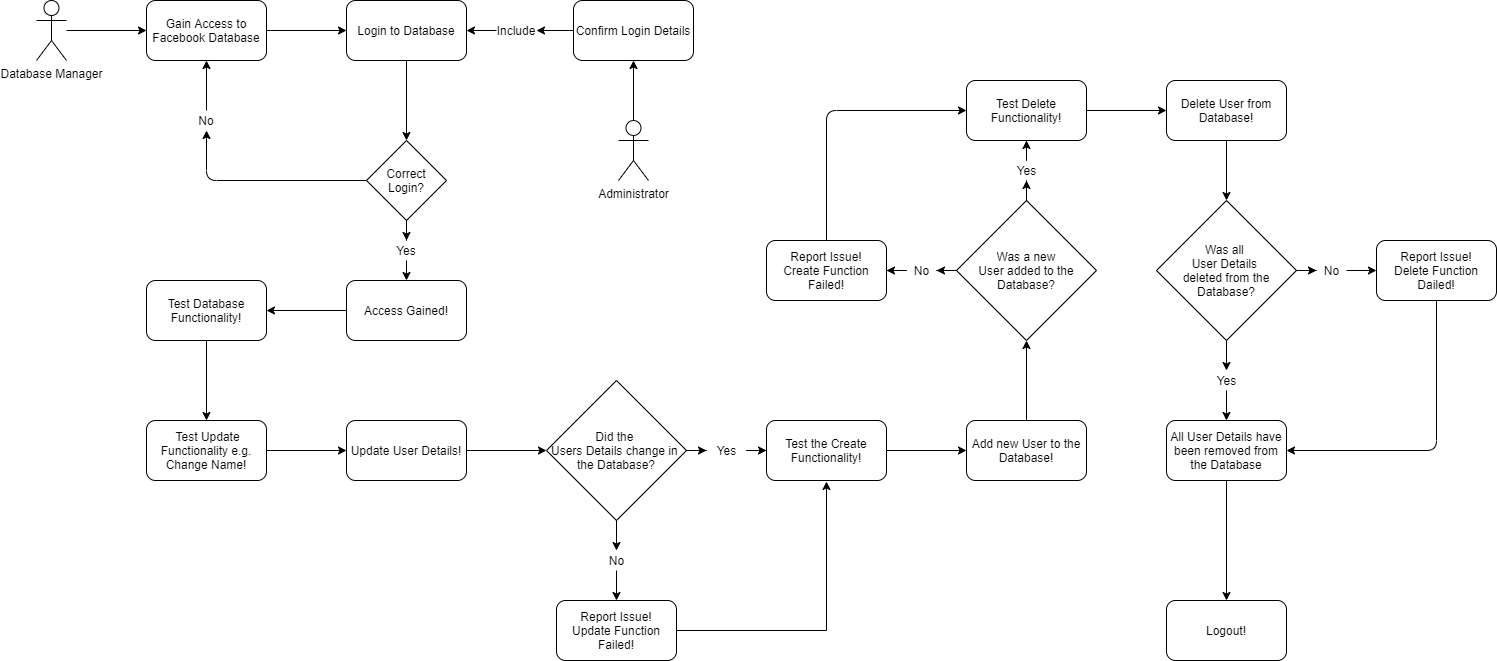
This is UML Diagrams/Database Manager - Use Case Diagram.png from caleb-long19/Facebook_Database_Manager, a draw.io export, as it was before one commit. Source tidied: cells renumbered, new cells last; positions are measured from the earlier drawing's top-left corner, leaving out a move shared by most shapes. Its diagram source:
```xml
<mxGraphModel>
  <root>
    <mxCell id="0" />
    <mxCell id="1" parent="0" />
    <mxCell id="2" style="edgeStyle=orthogonalEdgeStyle;rounded=0;jettySize=auto;html=1;" parent="1" edge="1" source="3">
      <mxGeometry relative="1" as="geometry">
        <mxPoint x="110" y="30" as="targetPoint" />
      </mxGeometry>
    </mxCell>
    <mxCell id="3" value="Database Manager" style="shape=umlActor;verticalLabelPosition=bottom;labelBackgroundColor=#ffffff;verticalAlign=top;html=1;outlineConnect=0;" parent="1" vertex="1">
      <mxGeometry width="30" height="60" as="geometry" />
    </mxCell>
    <mxCell id="4" style="edgeStyle=orthogonalEdgeStyle;rounded=0;jettySize=auto;html=1;" parent="1" edge="1" source="5" target="7">
      <mxGeometry relative="1" as="geometry" />
    </mxCell>
    <mxCell id="5" value="Gain Access to Facebook Database" style="rounded=1;whiteSpace=wrap;html=1;" parent="1" vertex="1">
      <mxGeometry x="110" width="120" height="60" as="geometry" />
    </mxCell>
    <mxCell id="6" style="edgeStyle=orthogonalEdgeStyle;rounded=0;jettySize=auto;html=1;" parent="1" edge="1" source="7">
      <mxGeometry relative="1" as="geometry">
        <mxPoint x="370" y="140" as="targetPoint" />
      </mxGeometry>
    </mxCell>
    <mxCell id="7" value="Login to Database" style="rounded=1;whiteSpace=wrap;html=1;" parent="1" vertex="1">
      <mxGeometry x="310" width="120" height="60" as="geometry" />
    </mxCell>
    <mxCell id="8" style="edgeStyle=orthogonalEdgeStyle;rounded=0;jettySize=auto;html=1;entryX=0.5;entryY=0;entryDx=0;entryDy=0;" parent="1" edge="1" target="20">
      <mxGeometry relative="1" as="geometry">
        <mxPoint x="370" y="260" as="sourcePoint" />
      </mxGeometry>
    </mxCell>
    <mxCell id="9" value="Correct Login?" style="rhombus;whiteSpace=wrap;html=1;" parent="1" vertex="1">
      <mxGeometry x="330" y="140" width="80" height="80" as="geometry" />
    </mxCell>
    <mxCell id="10" style="endArrow=classic;html=1;entryX=0.5;entryY=1;entryDx=0;entryDy=0;exitX=0.5;exitY=0;exitDx=0;exitDy=0;" parent="1" edge="1" source="11" target="5">
      <mxGeometry relative="1" as="geometry" />
    </mxCell>
    <mxCell id="11" value="No" style="text;html=1;strokeColor=none;fillColor=none;align=center;verticalAlign=middle;whiteSpace=wrap;rounded=0;" parent="1" vertex="1">
      <mxGeometry x="150" y="110" width="40" height="20" as="geometry" />
    </mxCell>
    <mxCell id="12" style="endArrow=classic;html=1;entryX=0.5;entryY=1;entryDx=0;entryDy=0;exitX=0;exitY=0.5;exitDx=0;exitDy=0;" parent="1" edge="1" source="9" target="11">
      <mxGeometry relative="1" as="geometry">
        <Array as="points">
          <mxPoint x="170" y="180" />
        </Array>
      </mxGeometry>
    </mxCell>
    <mxCell id="13" value="Confirm Login Details" style="rounded=1;whiteSpace=wrap;html=1;" parent="1" vertex="1">
      <mxGeometry x="537" width="120" height="60" as="geometry" />
    </mxCell>
    <mxCell id="14" style="endArrow=classic;html=1;entryX=0.5;entryY=1;entryDx=0;entryDy=0;" parent="1" edge="1" source="15" target="13">
      <mxGeometry relative="1" as="geometry" />
    </mxCell>
    <mxCell id="15" value="Administrator" style="shape=umlActor;verticalLabelPosition=bottom;labelBackgroundColor=#ffffff;verticalAlign=top;html=1;outlineConnect=0;" parent="1" vertex="1">
      <mxGeometry x="582" y="120" width="30" height="60" as="geometry" />
    </mxCell>
    <mxCell id="16" style="endArrow=classic;html=1;entryX=1;entryY=0.5;entryDx=0;entryDy=0;exitX=0;exitY=0.5;exitDx=0;exitDy=0;" parent="1" edge="1" source="17">
      <mxGeometry relative="1" as="geometry">
        <mxPoint x="430" y="30" as="targetPoint" />
      </mxGeometry>
    </mxCell>
    <mxCell id="17" value="Include" style="text;html=1;strokeColor=none;fillColor=none;align=center;verticalAlign=middle;whiteSpace=wrap;rounded=0;" parent="1" vertex="1">
      <mxGeometry x="460" y="20" width="40" height="20" as="geometry" />
    </mxCell>
    <mxCell id="18" style="endArrow=classic;html=1;entryX=1;entryY=0.5;entryDx=0;entryDy=0;exitX=0;exitY=0.5;exitDx=0;exitDy=0;" parent="1" edge="1" source="13" target="17">
      <mxGeometry relative="1" as="geometry" />
    </mxCell>
    <mxCell id="19" style="edgeStyle=orthogonalEdgeStyle;rounded=0;jettySize=auto;html=1;" parent="1" edge="1" source="20" target="22">
      <mxGeometry relative="1" as="geometry" />
    </mxCell>
    <mxCell id="20" value="Access Gained!" style="rounded=1;whiteSpace=wrap;html=1;" parent="1" vertex="1">
      <mxGeometry x="310" y="280" width="120" height="60" as="geometry" />
    </mxCell>
    <mxCell id="21" style="edgeStyle=orthogonalEdgeStyle;rounded=0;jettySize=auto;html=1;" parent="1" edge="1" source="22" target="24">
      <mxGeometry relative="1" as="geometry" />
    </mxCell>
    <mxCell id="22" value="Test Database Functionality!" style="rounded=1;whiteSpace=wrap;html=1;" parent="1" vertex="1">
      <mxGeometry x="110" y="280" width="120" height="60" as="geometry" />
    </mxCell>
    <mxCell id="23" style="edgeStyle=orthogonalEdgeStyle;rounded=0;jettySize=auto;html=1;" parent="1" edge="1" source="24" target="26">
      <mxGeometry relative="1" as="geometry" />
    </mxCell>
    <mxCell id="24" value="&amp;nbsp;Test Update Functionality e.g. Change Name!" style="rounded=1;whiteSpace=wrap;html=1;" parent="1" vertex="1">
      <mxGeometry x="110" y="420" width="120" height="60" as="geometry" />
    </mxCell>
    <mxCell id="25" style="edgeStyle=orthogonalEdgeStyle;rounded=0;jettySize=auto;html=1;" parent="1" edge="1" source="26">
      <mxGeometry relative="1" as="geometry">
        <mxPoint x="510" y="450" as="targetPoint" />
      </mxGeometry>
    </mxCell>
    <mxCell id="26" value="Update User Details!" style="rounded=1;whiteSpace=wrap;html=1;" parent="1" vertex="1">
      <mxGeometry x="310" y="420" width="120" height="60" as="geometry" />
    </mxCell>
    <mxCell id="27" value="Yes" style="text;html=1;strokeColor=none;fillColor=none;align=center;verticalAlign=middle;whiteSpace=wrap;rounded=0;" parent="1" vertex="1">
      <mxGeometry x="350" y="240" width="40" height="20" as="geometry" />
    </mxCell>
    <mxCell id="28" style="edgeStyle=orthogonalEdgeStyle;rounded=0;jettySize=auto;html=1;" parent="1" edge="1" source="9" target="27">
      <mxGeometry relative="1" as="geometry" />
    </mxCell>
    <mxCell id="29" style="edgeStyle=orthogonalEdgeStyle;rounded=0;jettySize=auto;html=1;" parent="1" edge="1" source="38">
      <mxGeometry relative="1" as="geometry">
        <mxPoint x="580" y="600" as="targetPoint" />
      </mxGeometry>
    </mxCell>
    <mxCell id="30" style="edgeStyle=orthogonalEdgeStyle;rounded=0;jettySize=auto;html=1;" parent="1" edge="1" source="40">
      <mxGeometry relative="1" as="geometry">
        <mxPoint x="730" y="450" as="targetPoint" />
      </mxGeometry>
    </mxCell>
    <mxCell id="31" value="Did the &lt;br&gt;Users Details change in &lt;br&gt;the Database?" style="rhombus;whiteSpace=wrap;html=1;" parent="1" vertex="1">
      <mxGeometry x="510" y="380" width="140" height="140" as="geometry" />
    </mxCell>
    <mxCell id="32" style="edgeStyle=orthogonalEdgeStyle;rounded=0;jettySize=auto;html=1;" parent="1" edge="1" source="33">
      <mxGeometry relative="1" as="geometry">
        <mxPoint x="790" y="481" as="targetPoint" />
      </mxGeometry>
    </mxCell>
    <mxCell id="33" value="Report Issue!&lt;br&gt;Update Function Failed!" style="rounded=1;whiteSpace=wrap;html=1;" parent="1" vertex="1">
      <mxGeometry x="520" y="600" width="120" height="60" as="geometry" />
    </mxCell>
    <mxCell id="34" style="edgeStyle=orthogonalEdgeStyle;rounded=0;jettySize=auto;html=1;" parent="1" edge="1" source="35" target="37">
      <mxGeometry relative="1" as="geometry" />
    </mxCell>
    <mxCell id="35" value="Test the Create Functionality!" style="rounded=1;whiteSpace=wrap;html=1;" parent="1" vertex="1">
      <mxGeometry x="730" y="420" width="120" height="60" as="geometry" />
    </mxCell>
    <mxCell id="36" style="edgeStyle=orthogonalEdgeStyle;rounded=0;jettySize=auto;html=1;" parent="1" edge="1" source="37">
      <mxGeometry relative="1" as="geometry">
        <mxPoint x="990" y="340" as="targetPoint" />
      </mxGeometry>
    </mxCell>
    <mxCell id="37" value="Add new User to the Database!" style="rounded=1;whiteSpace=wrap;html=1;" parent="1" vertex="1">
      <mxGeometry x="930" y="420" width="120" height="60" as="geometry" />
    </mxCell>
    <mxCell id="38" value="No" style="text;html=1;align=center;verticalAlign=middle;points=[];" parent="1" vertex="1">
      <mxGeometry x="565" y="550" width="30" height="20" as="geometry" />
    </mxCell>
    <mxCell id="39" style="edgeStyle=orthogonalEdgeStyle;rounded=0;jettySize=auto;html=1;" parent="1" edge="1" source="31" target="38">
      <mxGeometry relative="1" as="geometry" />
    </mxCell>
    <mxCell id="40" value="Yes" style="text;html=1;align=center;verticalAlign=middle;points=[];" parent="1" vertex="1">
      <mxGeometry x="670" y="440" width="40" height="20" as="geometry" />
    </mxCell>
    <mxCell id="41" style="edgeStyle=orthogonalEdgeStyle;rounded=0;jettySize=auto;html=1;" parent="1" edge="1" source="31" target="40">
      <mxGeometry relative="1" as="geometry" />
    </mxCell>
    <mxCell id="42" style="edgeStyle=orthogonalEdgeStyle;rounded=0;jettySize=auto;html=1;entryX=1;entryY=0.5;entryDx=0;entryDy=0;" parent="1" edge="1" source="46">
      <mxGeometry relative="1" as="geometry">
        <mxPoint x="850" y="270" as="targetPoint" />
      </mxGeometry>
    </mxCell>
    <mxCell id="43" style="edgeStyle=orthogonalEdgeStyle;rounded=0;jettySize=auto;html=1;" parent="1" edge="1" source="52">
      <mxGeometry relative="1" as="geometry">
        <mxPoint x="990" y="140" as="targetPoint" />
      </mxGeometry>
    </mxCell>
    <mxCell id="44" value="Was a new&lt;br&gt;User added to the&lt;br&gt;Database?" style="rhombus;whiteSpace=wrap;html=1;" parent="1" vertex="1">
      <mxGeometry x="920" y="200" width="140" height="140" as="geometry" />
    </mxCell>
    <mxCell id="45" value="Report Issue!&lt;br&gt;Create Function Failed!" style="rounded=1;whiteSpace=wrap;html=1;" parent="1" vertex="1">
      <mxGeometry x="730" y="240" width="120" height="60" as="geometry" />
    </mxCell>
    <mxCell id="46" value="No" style="text;html=1;align=center;verticalAlign=middle;points=[];" parent="1" vertex="1">
      <mxGeometry x="870" y="260" width="30" height="20" as="geometry" />
    </mxCell>
    <mxCell id="47" style="edgeStyle=orthogonalEdgeStyle;rounded=0;jettySize=auto;html=1;entryX=1;entryY=0.5;entryDx=0;entryDy=0;" parent="1" edge="1" source="44" target="46">
      <mxGeometry relative="1" as="geometry" />
    </mxCell>
    <mxCell id="48" style="endArrow=classic;html=1;exitX=0.5;exitY=0;exitDx=0;exitDy=0;entryX=0;entryY=0.5;entryDx=0;entryDy=0;" parent="1" edge="1" source="45" target="50">
      <mxGeometry relative="1" as="geometry">
        <Array as="points">
          <mxPoint x="790" y="110" />
        </Array>
      </mxGeometry>
    </mxCell>
    <mxCell id="49" style="edgeStyle=orthogonalEdgeStyle;rounded=0;jettySize=auto;html=1;" parent="1" edge="1" source="50" target="51">
      <mxGeometry relative="1" as="geometry" />
    </mxCell>
    <mxCell id="50" value="Test Delete Functionality!" style="rounded=1;whiteSpace=wrap;html=1;" parent="1" vertex="1">
      <mxGeometry x="930" y="80" width="120" height="60" as="geometry" />
    </mxCell>
    <mxCell id="51" value="Delete User from Database!" style="rounded=1;whiteSpace=wrap;html=1;" parent="1" vertex="1">
      <mxGeometry x="1130" y="80" width="120" height="60" as="geometry" />
    </mxCell>
    <mxCell id="52" value="Yes" style="text;html=1;align=center;verticalAlign=middle;points=[];" parent="1" vertex="1">
      <mxGeometry x="970" y="160" width="40" height="20" as="geometry" />
    </mxCell>
    <mxCell id="53" style="edgeStyle=orthogonalEdgeStyle;rounded=0;jettySize=auto;html=1;" parent="1" edge="1" source="44" target="52">
      <mxGeometry relative="1" as="geometry" />
    </mxCell>
    <mxCell id="54" style="edgeStyle=orthogonalEdgeStyle;rounded=0;jettySize=auto;html=1;" parent="1" edge="1" source="65">
      <mxGeometry relative="1" as="geometry">
        <mxPoint x="1190" y="420" as="targetPoint" />
      </mxGeometry>
    </mxCell>
    <mxCell id="55" style="edgeStyle=orthogonalEdgeStyle;rounded=0;jettySize=auto;html=1;" parent="1" edge="1" source="63">
      <mxGeometry relative="1" as="geometry">
        <mxPoint x="1340" y="270" as="targetPoint" />
      </mxGeometry>
    </mxCell>
    <mxCell id="56" value="Was all &lt;br&gt;User Details &lt;br&gt;deleted from the&lt;br&gt;Database?" style="rhombus;whiteSpace=wrap;html=1;" parent="1" vertex="1">
      <mxGeometry x="1120" y="200" width="140" height="140" as="geometry" />
    </mxCell>
    <mxCell id="57" style="endArrow=classic;html=1;exitX=0.5;exitY=1;exitDx=0;exitDy=0;entryX=0.5;entryY=0;entryDx=0;entryDy=0;" parent="1" edge="1" source="51" target="56">
      <mxGeometry relative="1" as="geometry" />
    </mxCell>
    <mxCell id="58" style="edgeStyle=orthogonalEdgeStyle;rounded=0;jettySize=auto;html=1;" parent="1" edge="1" source="59" target="60">
      <mxGeometry relative="1" as="geometry" />
    </mxCell>
    <mxCell id="59" value="All User Details have been removed from the Database" style="rounded=1;whiteSpace=wrap;html=1;" parent="1" vertex="1">
      <mxGeometry x="1130" y="420" width="120" height="60" as="geometry" />
    </mxCell>
    <mxCell id="60" value="Logout!" style="rounded=1;whiteSpace=wrap;html=1;" parent="1" vertex="1">
      <mxGeometry x="1130" y="600" width="120" height="60" as="geometry" />
    </mxCell>
    <mxCell id="61" value="Report Issue!&lt;br&gt;Delete Function Dailed!" style="rounded=1;whiteSpace=wrap;html=1;" parent="1" vertex="1">
      <mxGeometry x="1340" y="240" width="120" height="60" as="geometry" />
    </mxCell>
    <mxCell id="62" style="endArrow=classic;html=1;exitX=0.5;exitY=1;exitDx=0;exitDy=0;entryX=1;entryY=0.5;entryDx=0;entryDy=0;" parent="1" edge="1" source="61" target="59">
      <mxGeometry relative="1" as="geometry">
        <Array as="points">
          <mxPoint x="1400" y="450" />
        </Array>
      </mxGeometry>
    </mxCell>
    <mxCell id="63" value="No" style="text;html=1;align=center;verticalAlign=middle;points=[];" parent="1" vertex="1">
      <mxGeometry x="1280" y="260" width="30" height="20" as="geometry" />
    </mxCell>
    <mxCell id="64" style="edgeStyle=orthogonalEdgeStyle;rounded=0;jettySize=auto;html=1;" parent="1" edge="1" source="56" target="63">
      <mxGeometry relative="1" as="geometry" />
    </mxCell>
    <mxCell id="65" value="Yes" style="text;html=1;align=center;verticalAlign=middle;points=[];" parent="1" vertex="1">
      <mxGeometry x="1170" y="370" width="40" height="20" as="geometry" />
    </mxCell>
    <mxCell id="66" style="edgeStyle=orthogonalEdgeStyle;rounded=0;jettySize=auto;html=1;" parent="1" edge="1" source="56" target="65">
      <mxGeometry relative="1" as="geometry" />
    </mxCell>
  </root>
</mxGraphModel>
```
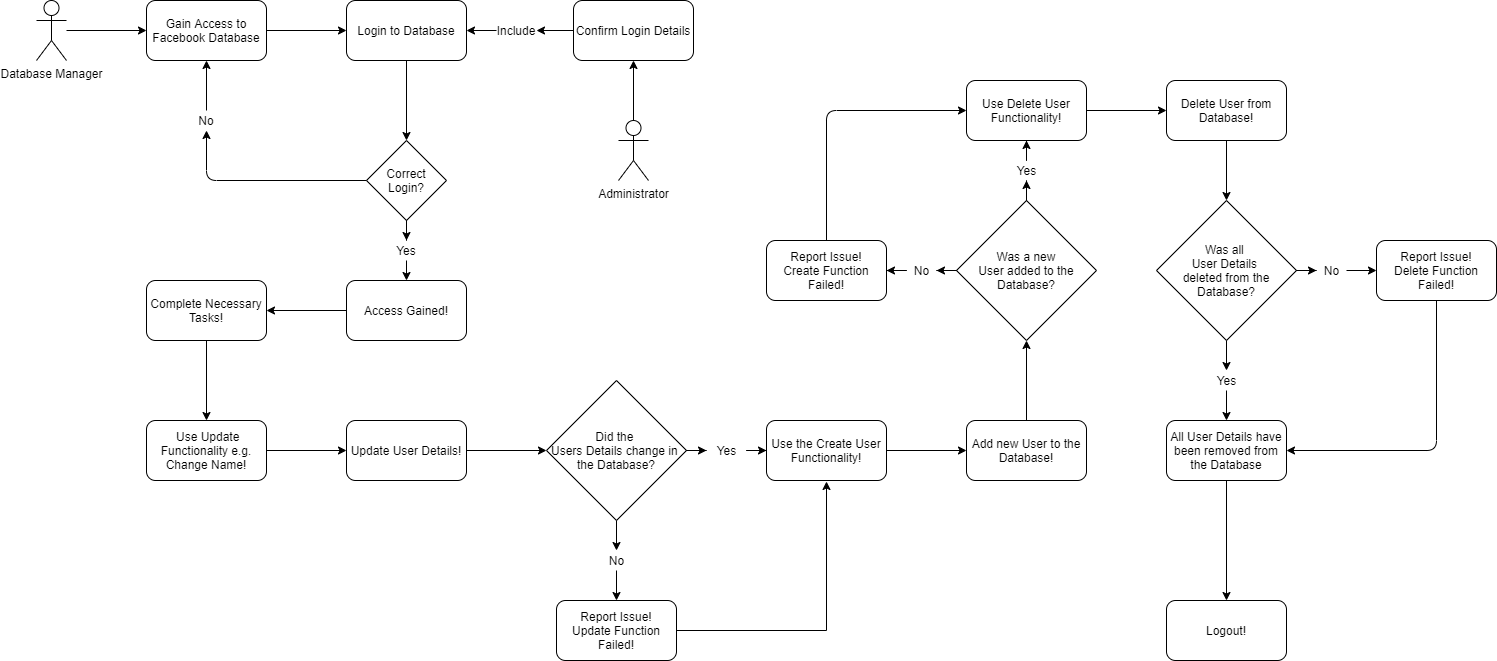
The same diagram one commit later.

Diff of the diagram source:
```diff
@@ -74,13 +74,13 @@
     <mxCell id="21" style="edgeStyle=orthogonalEdgeStyle;rounded=0;jettySize=auto;html=1;" parent="1" edge="1" source="22" target="24">
       <mxGeometry relative="1" as="geometry" />
     </mxCell>
-    <mxCell id="22" value="Test Database Functionality!" style="rounded=1;whiteSpace=wrap;html=1;" parent="1" vertex="1">
+    <mxCell id="22" value="Complete Necessary Tasks!" style="rounded=1;whiteSpace=wrap;html=1;" parent="1" vertex="1">
       <mxGeometry x="110" y="280" width="120" height="60" as="geometry" />
     </mxCell>
     <mxCell id="23" style="edgeStyle=orthogonalEdgeStyle;rounded=0;jettySize=auto;html=1;" parent="1" edge="1" source="24" target="26">
       <mxGeometry relative="1" as="geometry" />
     </mxCell>
-    <mxCell id="24" value="&amp;nbsp;Test Update Functionality e.g. Change Name!" style="rounded=1;whiteSpace=wrap;html=1;" parent="1" vertex="1">
+    <mxCell id="24" value="&amp;nbsp;Use Update Functionality e.g. Change Name!" style="rounded=1;whiteSpace=wrap;html=1;" parent="1" vertex="1">
       <mxGeometry x="110" y="420" width="120" height="60" as="geometry" />
     </mxCell>
     <mxCell id="25" style="edgeStyle=orthogonalEdgeStyle;rounded=0;jettySize=auto;html=1;" parent="1" edge="1" source="26">
@@ -121,7 +121,7 @@
     <mxCell id="34" style="edgeStyle=orthogonalEdgeStyle;rounded=0;jettySize=auto;html=1;" parent="1" edge="1" source="35" target="37">
       <mxGeometry relative="1" as="geometry" />
     </mxCell>
-    <mxCell id="35" value="Test the Create Functionality!" style="rounded=1;whiteSpace=wrap;html=1;" parent="1" vertex="1">
+    <mxCell id="35" value="Use the Create User Functionality!" style="rounded=1;whiteSpace=wrap;html=1;" parent="1" vertex="1">
       <mxGeometry x="730" y="420" width="120" height="60" as="geometry" />
     </mxCell>
     <mxCell id="36" style="edgeStyle=orthogonalEdgeStyle;rounded=0;jettySize=auto;html=1;" parent="1" edge="1" source="37">
@@ -176,7 +176,7 @@
     <mxCell id="49" style="edgeStyle=orthogonalEdgeStyle;rounded=0;jettySize=auto;html=1;" parent="1" edge="1" source="50" target="51">
       <mxGeometry relative="1" as="geometry" />
     </mxCell>
-    <mxCell id="50" value="Test Delete Functionality!" style="rounded=1;whiteSpace=wrap;html=1;" parent="1" vertex="1">
+    <mxCell id="50" value="Use Delete User Functionality!" style="rounded=1;whiteSpace=wrap;html=1;" parent="1" vertex="1">
       <mxGeometry x="930" y="80" width="120" height="60" as="geometry" />
     </mxCell>
     <mxCell id="51" value="Delete User from Database!" style="rounded=1;whiteSpace=wrap;html=1;" parent="1" vertex="1">
@@ -213,7 +213,7 @@
     <mxCell id="60" value="Logout!" style="rounded=1;whiteSpace=wrap;html=1;" parent="1" vertex="1">
       <mxGeometry x="1130" y="600" width="120" height="60" as="geometry" />
     </mxCell>
-    <mxCell id="61" value="Report Issue!&lt;br&gt;Delete Function Dailed!" style="rounded=1;whiteSpace=wrap;html=1;" parent="1" vertex="1">
+    <mxCell id="61" value="Report Issue!&lt;br&gt;Delete Function Failed!" style="rounded=1;whiteSpace=wrap;html=1;" parent="1" vertex="1">
       <mxGeometry x="1340" y="240" width="120" height="60" as="geometry" />
     </mxCell>
     <mxCell id="62" style="endArrow=classic;html=1;exitX=0.5;exitY=1;exitDx=0;exitDy=0;entryX=1;entryY=0.5;entryDx=0;entryDy=0;" parent="1" edge="1" source="61" target="59">
```
